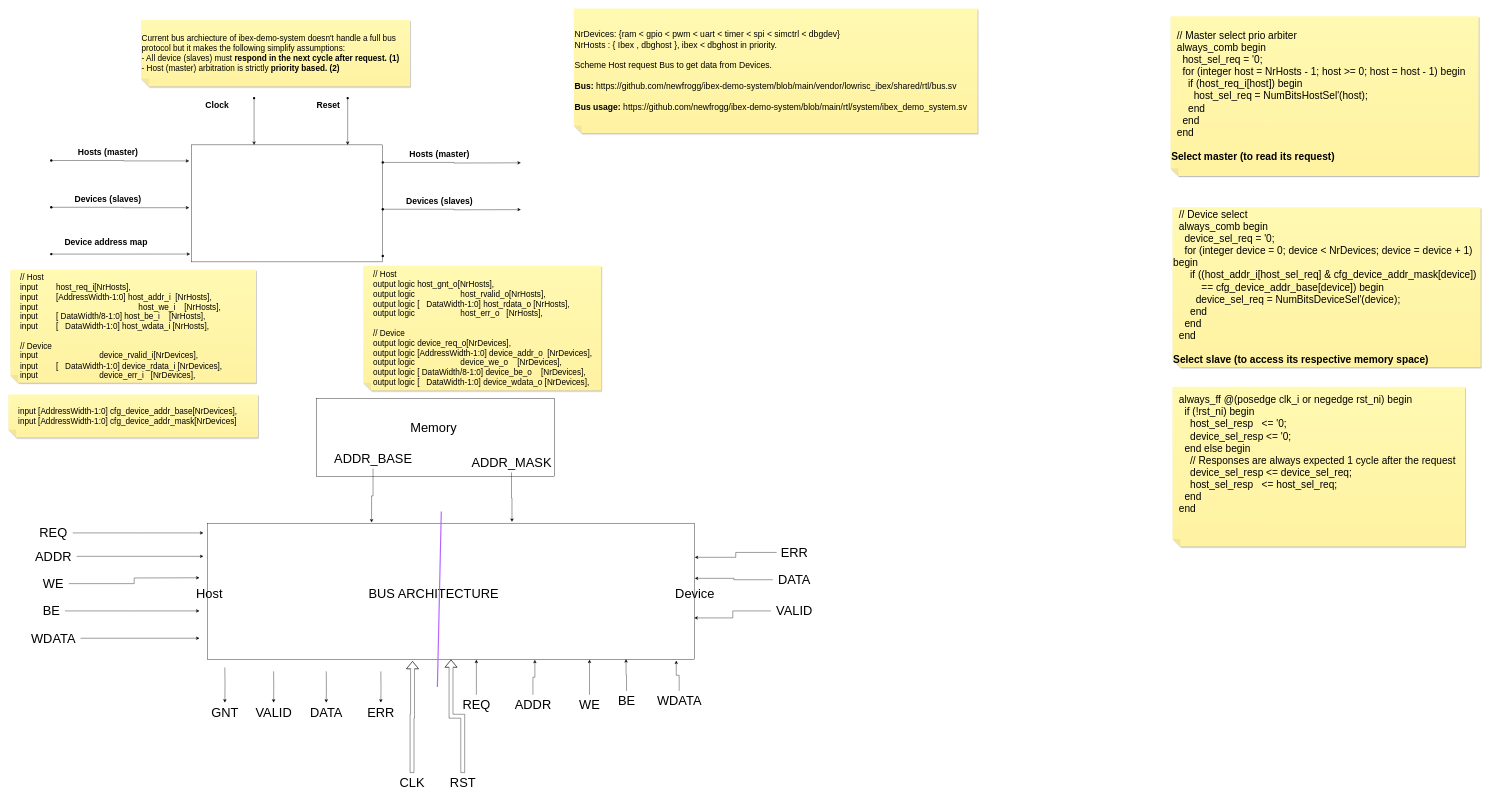
Above: page "bus" (5 of 5) of doc/LSTMAccelerator.drawio in newfrogg/LSTMAccelerator (draw.io), before the change. Source tidied: cells renumbered, new cells numbered last; positions are measured from the earlier drawing's top-left corner, leaving out a move shared by most shapes. Both pictures are drawn from the tidied source at 39%, with x=0, y=0 at pixel (8, 8).
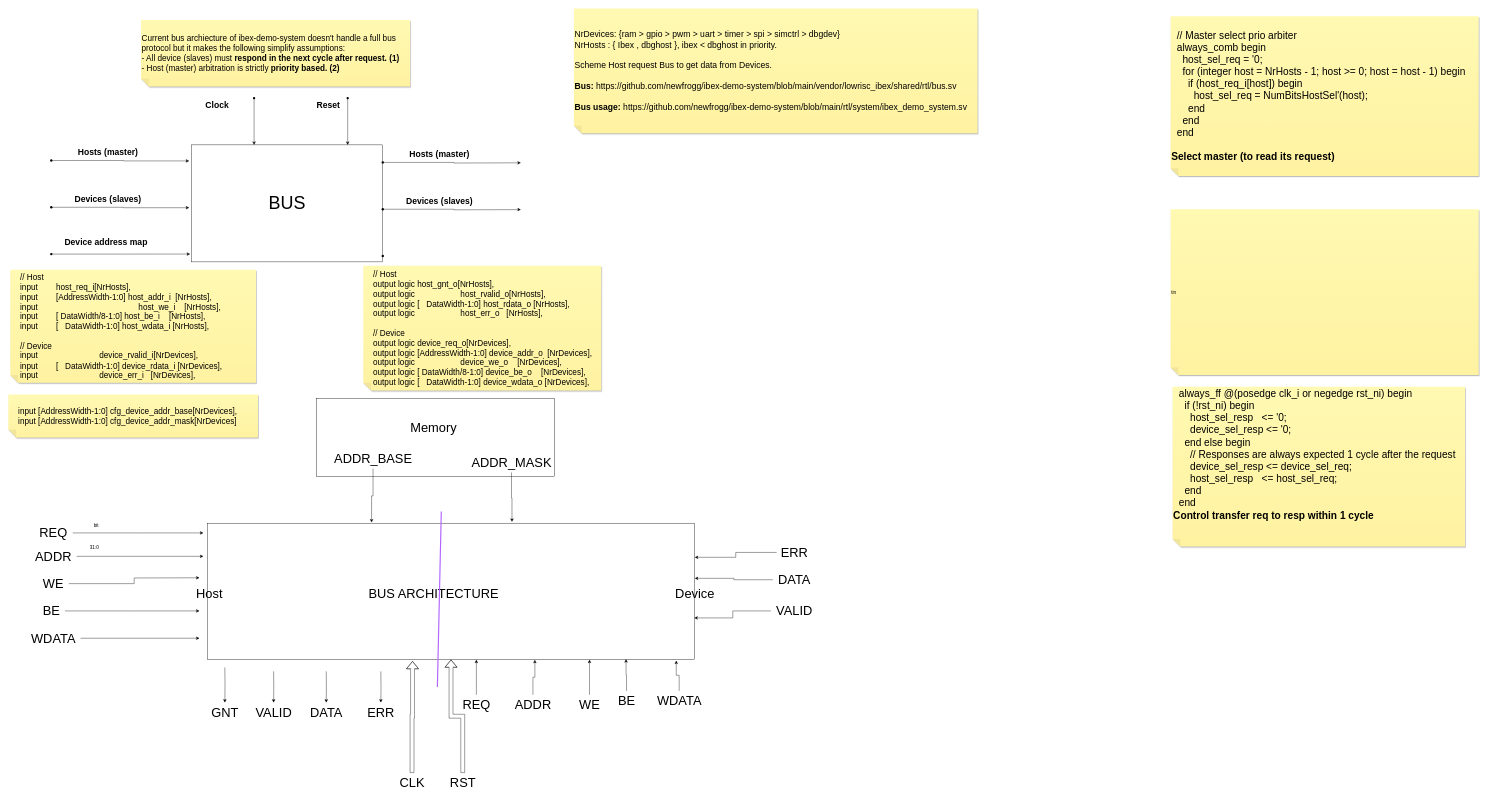
Above is the later version.

Commit message:
update bus page

What changed in the source:
```diff
@@
-    <mxCell id="4" style="rounded=0;whiteSpace=wrap;html=1;" parent="1" vertex="1">
+    <mxCell id="4" value="&lt;font style=&quot;font-size: 46px;&quot;&gt;BUS&lt;/font&gt;" style="rounded=0;whiteSpace=wrap;html=1;" parent="1" vertex="1">
       <mxGeometry x="470" y="350" width="490" height="300" as="geometry" />
     </mxCell>
@@
-    <mxCell id="27" value="&lt;font style=&quot;font-size: 22px;&quot;&gt;NrDevices: {ram &amp;lt; gpio &amp;lt; pwm &amp;lt; uart &amp;lt; timer &amp;lt; spi &amp;lt; simctrl &amp;lt; dbgdev}&lt;br&gt;NrHosts : { Ibex , dbghost }, ibex &amp;lt; dbghost in priority.&lt;br&gt;&lt;br&gt;Scheme Host request Bus to get data from Devices.&lt;br&gt;&lt;br&gt;&lt;b&gt;Bus: &lt;/b&gt;https://github.com/newfrogg/ibex-demo-system/blob/main/vendor/lowrisc_ibex/shared/rtl/bus.sv&lt;br&gt;&lt;/font&gt;&lt;div&gt;&lt;font style=&quot;font-size: 22px;&quot;&gt;&lt;b&gt;&lt;br&gt;&lt;/b&gt;&lt;/font&gt;&lt;/div&gt;&lt;div&gt;&lt;font style=&quot;&quot;&gt;&lt;span style=&quot;font-size: 22px;&quot;&gt;&lt;b&gt;Bus usage: &lt;/b&gt;https://github.com/newfrogg/ibex-demo-system/blob/main/rtl/system/ibex_demo_system.sv&lt;/span&gt;&lt;br&gt;&lt;/font&gt;&lt;/div&gt;" style="shape=note;whiteSpace=wrap;html=1;backgroundOutline=1;fontColor=#000000;darkOpacity=0.05;fillColor=#FFF9B2;strokeColor=none;fillStyle=solid;direction=west;gradientDirection=north;gradientColor=#FFF2A1;shadow=1;size=20;align=left;" parent="1" vertex="1">
+    <mxCell id="27" value="&lt;font style=&quot;font-size: 22px;&quot;&gt;NrDevices: {ram &amp;gt; gpio &amp;gt; pwm &amp;gt; uart &amp;gt; timer &amp;gt; spi &amp;gt; simctrl &amp;gt; dbgdev}&lt;br&gt;NrHosts : { Ibex , dbghost }, ibex &amp;lt; dbghost in priority.&lt;br&gt;&lt;br&gt;Scheme Host request Bus to get data from Devices.&lt;br&gt;&lt;br&gt;&lt;b&gt;Bus: &lt;/b&gt;https://github.com/newfrogg/ibex-demo-system/blob/main/vendor/lowrisc_ibex/shared/rtl/bus.sv&lt;br&gt;&lt;/font&gt;&lt;div&gt;&lt;font style=&quot;font-size: 22px;&quot;&gt;&lt;b&gt;&lt;br&gt;&lt;/b&gt;&lt;/font&gt;&lt;/div&gt;&lt;div&gt;&lt;font style=&quot;&quot;&gt;&lt;span style=&quot;font-size: 22px;&quot;&gt;&lt;b&gt;Bus usage: &lt;/b&gt;https://github.com/newfrogg/ibex-demo-system/blob/main/rtl/system/ibex_demo_system.sv&lt;/span&gt;&lt;br&gt;&lt;/font&gt;&lt;/div&gt;" style="shape=note;whiteSpace=wrap;html=1;backgroundOutline=1;fontColor=#000000;darkOpacity=0.05;fillColor=#FFF9B2;strokeColor=none;fillStyle=solid;direction=west;gradientDirection=north;gradientColor=#FFF2A1;shadow=1;size=20;align=left;" parent="1" vertex="1">
       <mxGeometry x="1450" width="1035" height="320" as="geometry" />
     </mxCell>
@@
-    <mxCell id="80" value="&lt;div style=&quot;&quot;&gt;&lt;font style=&quot;&quot;&gt;&lt;div style=&quot;&quot;&gt;&lt;div style=&quot;&quot;&gt;&lt;span style=&quot;font-size: 26px;&quot;&gt;&amp;nbsp; // Device select&lt;/span&gt;&lt;/div&gt;&lt;div style=&quot;&quot;&gt;&lt;span style=&quot;font-size: 26px;&quot;&gt;&amp;nbsp; always_comb begin&lt;/span&gt;&lt;/div&gt;&lt;div style=&quot;&quot;&gt;&lt;span style=&quot;font-size: 26px;&quot;&gt;&amp;nbsp; &amp;nbsp; device_sel_req = '0;&lt;/span&gt;&lt;/div&gt;&lt;div style=&quot;&quot;&gt;&lt;span style=&quot;font-size: 26px;&quot;&gt;&amp;nbsp; &amp;nbsp; for (integer device = 0; device &amp;lt; NrDevices; device = device + 1) begin&lt;/span&gt;&lt;/div&gt;&lt;div style=&quot;&quot;&gt;&lt;span style=&quot;font-size: 26px;&quot;&gt;&amp;nbsp; &amp;nbsp; &amp;nbsp; if ((host_addr_i[host_sel_req] &amp;amp; cfg_device_addr_mask[device])&lt;/span&gt;&lt;/div&gt;&lt;div style=&quot;&quot;&gt;&lt;span style=&quot;font-size: 26px;&quot;&gt;&amp;nbsp; &amp;nbsp; &amp;nbsp; &amp;nbsp; &amp;nbsp; == cfg_device_addr_base[device]) begin&lt;/span&gt;&lt;/div&gt;&lt;div style=&quot;&quot;&gt;&lt;span style=&quot;font-size: 26px;&quot;&gt;&amp;nbsp; &amp;nbsp; &amp;nbsp; &amp;nbsp; device_sel_req = NumBitsDeviceSel'(device);&lt;/span&gt;&lt;/div&gt;&lt;div style=&quot;&quot;&gt;&lt;span style=&quot;font-size: 26px;&quot;&gt;&amp;nbsp; &amp;nbsp; &amp;nbsp; end&lt;/span&gt;&lt;/div&gt;&lt;div style=&quot;&quot;&gt;&lt;span style=&quot;font-size: 26px;&quot;&gt;&amp;nbsp; &amp;nbsp; end&lt;/span&gt;&lt;/div&gt;&lt;div style=&quot;&quot;&gt;&lt;span style=&quot;font-size: 26px;&quot;&gt;&amp;nbsp; end&lt;/span&gt;&lt;/div&gt;&lt;/div&gt;&lt;div style=&quot;font-size: 26px;&quot;&gt;&lt;br&gt;&lt;/div&gt;&lt;div style=&quot;font-size: 26px;&quot;&gt;&lt;b&gt;Select slave (to access its respective memory space)&lt;/b&gt;&lt;/div&gt;&lt;/font&gt;&lt;/div&gt;" style="shape=note;whiteSpace=wrap;html=1;backgroundOutline=1;fontColor=#000000;darkOpacity=0.05;fillColor=#FFF9B2;strokeColor=none;fillStyle=solid;direction=west;gradientDirection=north;gradientColor=#FFF2A1;shadow=1;size=20;align=left;" parent="1" vertex="1">
-      <mxGeometry x="2985" y="510" width="790" height="410" as="geometry" />
+    <mxCell id="80" value="tin" style="shape=note;whiteSpace=wrap;html=1;backgroundOutline=1;fontColor=#000000;darkOpacity=0.05;fillColor=#FFF9B2;strokeColor=none;fillStyle=solid;direction=west;gradientDirection=north;gradientColor=#FFF2A1;shadow=1;size=20;align=left;" parent="1" vertex="1">
+      <mxGeometry x="2980" y="515" width="790" height="425" as="geometry" />
     </mxCell>
-    <mxCell id="81" value="&lt;div style=&quot;&quot;&gt;&lt;font style=&quot;&quot;&gt;&lt;div style=&quot;&quot;&gt;&lt;div style=&quot;&quot;&gt;&lt;span style=&quot;font-size: 26px;&quot;&gt;&amp;nbsp; always_ff @(posedge clk_i or negedge rst_ni) begin&lt;/span&gt;&lt;/div&gt;&lt;div style=&quot;&quot;&gt;&lt;span style=&quot;font-size: 26px;&quot;&gt;&amp;nbsp; &amp;nbsp; if (!rst_ni) begin&lt;/span&gt;&lt;/div&gt;&lt;div style=&quot;&quot;&gt;&lt;span style=&quot;font-size: 26px;&quot;&gt;&amp;nbsp; &amp;nbsp; &amp;nbsp; host_sel_resp&amp;nbsp; &amp;nbsp;&amp;lt;= '0;&lt;/span&gt;&lt;/div&gt;&lt;div style=&quot;&quot;&gt;&lt;span style=&quot;font-size: 26px;&quot;&gt;&amp;nbsp; &amp;nbsp; &amp;nbsp; device_sel_resp &amp;lt;= '0;&lt;/span&gt;&lt;/div&gt;&lt;div style=&quot;&quot;&gt;&lt;span style=&quot;font-size: 26px;&quot;&gt;&amp;nbsp; &amp;nbsp; end else begin&lt;/span&gt;&lt;/div&gt;&lt;div style=&quot;&quot;&gt;&lt;span style=&quot;font-size: 26px;&quot;&gt;&amp;nbsp; &amp;nbsp; &amp;nbsp; // Responses are always expected 1 cycle after the request&lt;/span&gt;&lt;/div&gt;&lt;div style=&quot;&quot;&gt;&lt;span style=&quot;font-size: 26px;&quot;&gt;&amp;nbsp; &amp;nbsp; &amp;nbsp; device_sel_resp &amp;lt;= device_sel_req;&lt;/span&gt;&lt;/div&gt;&lt;div style=&quot;&quot;&gt;&lt;span style=&quot;font-size: 26px;&quot;&gt;&amp;nbsp; &amp;nbsp; &amp;nbsp; host_sel_resp&amp;nbsp; &amp;nbsp;&amp;lt;= host_sel_req;&lt;/span&gt;&lt;/div&gt;&lt;div style=&quot;&quot;&gt;&lt;span style=&quot;font-size: 26px;&quot;&gt;&amp;nbsp; &amp;nbsp; end&lt;/span&gt;&lt;/div&gt;&lt;div style=&quot;&quot;&gt;&lt;span style=&quot;font-size: 26px;&quot;&gt;&amp;nbsp; end&lt;/span&gt;&lt;/div&gt;&lt;/div&gt;&lt;div style=&quot;font-size: 26px;&quot;&gt;&lt;br&gt;&lt;/div&gt;&lt;div style=&quot;font-size: 26px;&quot;&gt;&lt;br&gt;&lt;/div&gt;&lt;/font&gt;&lt;/div&gt;" style="shape=note;whiteSpace=wrap;html=1;backgroundOutline=1;fontColor=#000000;darkOpacity=0.05;fillColor=#FFF9B2;strokeColor=none;fillStyle=solid;direction=west;gradientDirection=north;gradientColor=#FFF2A1;shadow=1;size=20;align=left;" parent="1" vertex="1">
+    <mxCell id="81" value="&lt;div style=&quot;&quot;&gt;&lt;font style=&quot;&quot;&gt;&lt;div style=&quot;&quot;&gt;&lt;div style=&quot;&quot;&gt;&lt;span style=&quot;font-size: 26px;&quot;&gt;&amp;nbsp; always_ff @(posedge clk_i or negedge rst_ni) begin&lt;/span&gt;&lt;/div&gt;&lt;div style=&quot;&quot;&gt;&lt;span style=&quot;font-size: 26px;&quot;&gt;&amp;nbsp; &amp;nbsp; if (!rst_ni) begin&lt;/span&gt;&lt;/div&gt;&lt;div style=&quot;&quot;&gt;&lt;span style=&quot;font-size: 26px;&quot;&gt;&amp;nbsp; &amp;nbsp; &amp;nbsp; host_sel_resp&amp;nbsp; &amp;nbsp;&amp;lt;= '0;&lt;/span&gt;&lt;/div&gt;&lt;div style=&quot;&quot;&gt;&lt;span style=&quot;font-size: 26px;&quot;&gt;&amp;nbsp; &amp;nbsp; &amp;nbsp; device_sel_resp &amp;lt;= '0;&lt;/span&gt;&lt;/div&gt;&lt;div style=&quot;&quot;&gt;&lt;span style=&quot;font-size: 26px;&quot;&gt;&amp;nbsp; &amp;nbsp; end else begin&lt;/span&gt;&lt;/div&gt;&lt;div style=&quot;&quot;&gt;&lt;span style=&quot;font-size: 26px;&quot;&gt;&amp;nbsp; &amp;nbsp; &amp;nbsp; // Responses are always expected 1 cycle after the request&lt;/span&gt;&lt;/div&gt;&lt;div style=&quot;&quot;&gt;&lt;span style=&quot;font-size: 26px;&quot;&gt;&amp;nbsp; &amp;nbsp; &amp;nbsp; device_sel_resp &amp;lt;= device_sel_req;&lt;/span&gt;&lt;/div&gt;&lt;div style=&quot;&quot;&gt;&lt;span style=&quot;font-size: 26px;&quot;&gt;&amp;nbsp; &amp;nbsp; &amp;nbsp; host_sel_resp&amp;nbsp; &amp;nbsp;&amp;lt;= host_sel_req;&lt;/span&gt;&lt;/div&gt;&lt;div style=&quot;&quot;&gt;&lt;span style=&quot;font-size: 26px;&quot;&gt;&amp;nbsp; &amp;nbsp; end&lt;/span&gt;&lt;/div&gt;&lt;div style=&quot;&quot;&gt;&lt;span style=&quot;font-size: 26px;&quot;&gt;&amp;nbsp; end&lt;/span&gt;&lt;/div&gt;&lt;div style=&quot;&quot;&gt;&lt;span style=&quot;font-size: 26px;&quot;&gt;&lt;b&gt;Control transfer req to resp within 1 cycle&lt;/b&gt;&lt;/span&gt;&lt;/div&gt;&lt;/div&gt;&lt;div style=&quot;font-size: 26px;&quot;&gt;&lt;br&gt;&lt;/div&gt;&lt;div style=&quot;font-size: 26px;&quot;&gt;&lt;br&gt;&lt;/div&gt;&lt;/font&gt;&lt;/div&gt;" style="shape=note;whiteSpace=wrap;html=1;backgroundOutline=1;fontColor=#000000;darkOpacity=0.05;fillColor=#FFF9B2;strokeColor=none;fillStyle=solid;direction=west;gradientDirection=north;gradientColor=#FFF2A1;shadow=1;size=20;align=left;" parent="1" vertex="1">
       <mxGeometry x="2985" y="970" width="750" height="410" as="geometry" />
     </mxCell>
+    <mxCell id="82" value="bit" style="text;html=1;align=center;verticalAlign=middle;strokeColor=none;fillColor=none;" parent="1" vertex="1">
+      <mxGeometry x="205" y="1310" width="40" height="30" as="geometry" />
+    </mxCell>
+    <mxCell id="83" value="31:0" style="text;html=1;align=center;verticalAlign=middle;strokeColor=none;fillColor=none;" parent="1" vertex="1">
+      <mxGeometry x="195" y="1368" width="50" height="30" as="geometry" />
+    </mxCell>
```
